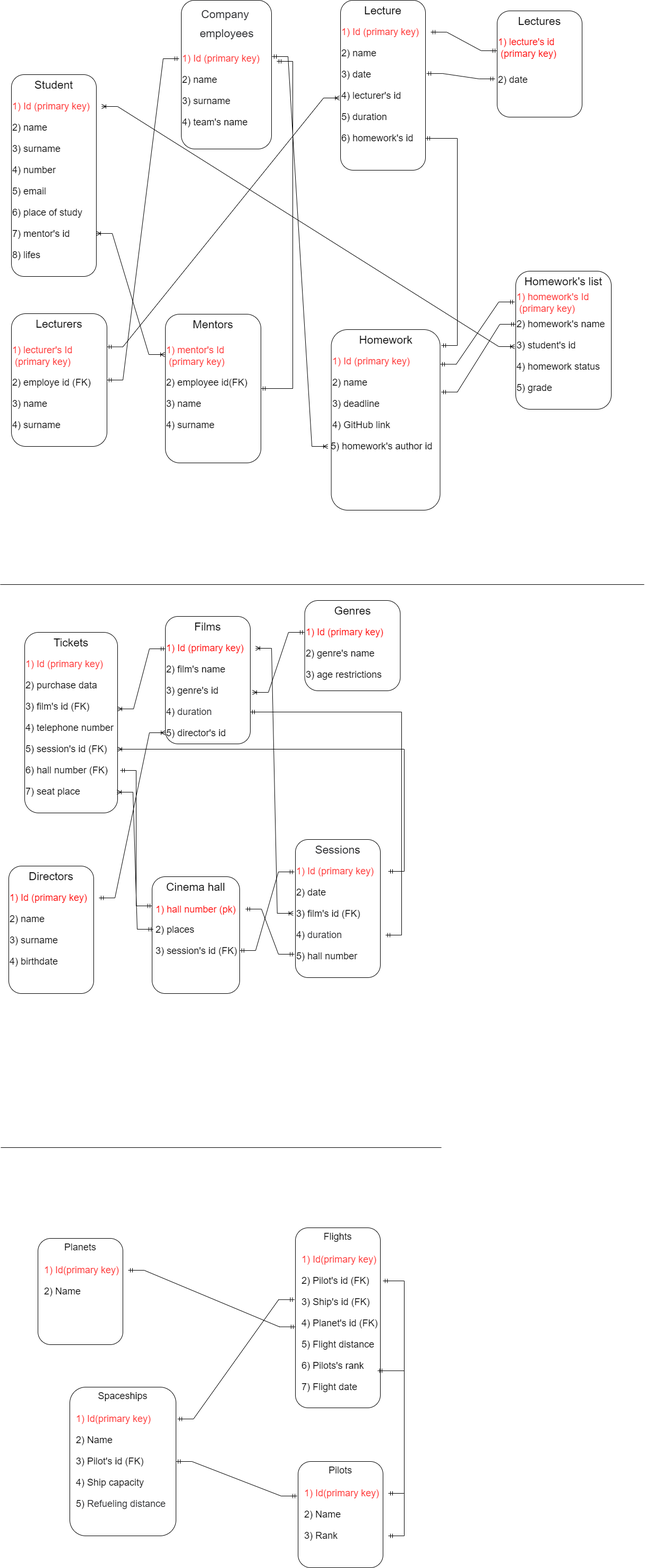
This is part1/andreyev-homework4(part1).png from Kolesa-Education/kolesa-upgrade-homework-4, a draw.io export, as it was before one commit. Source tidied: cells renumbered, new cells last; positions are measured from the earlier drawing's top-left corner, leaving out a move shared by most shapes.
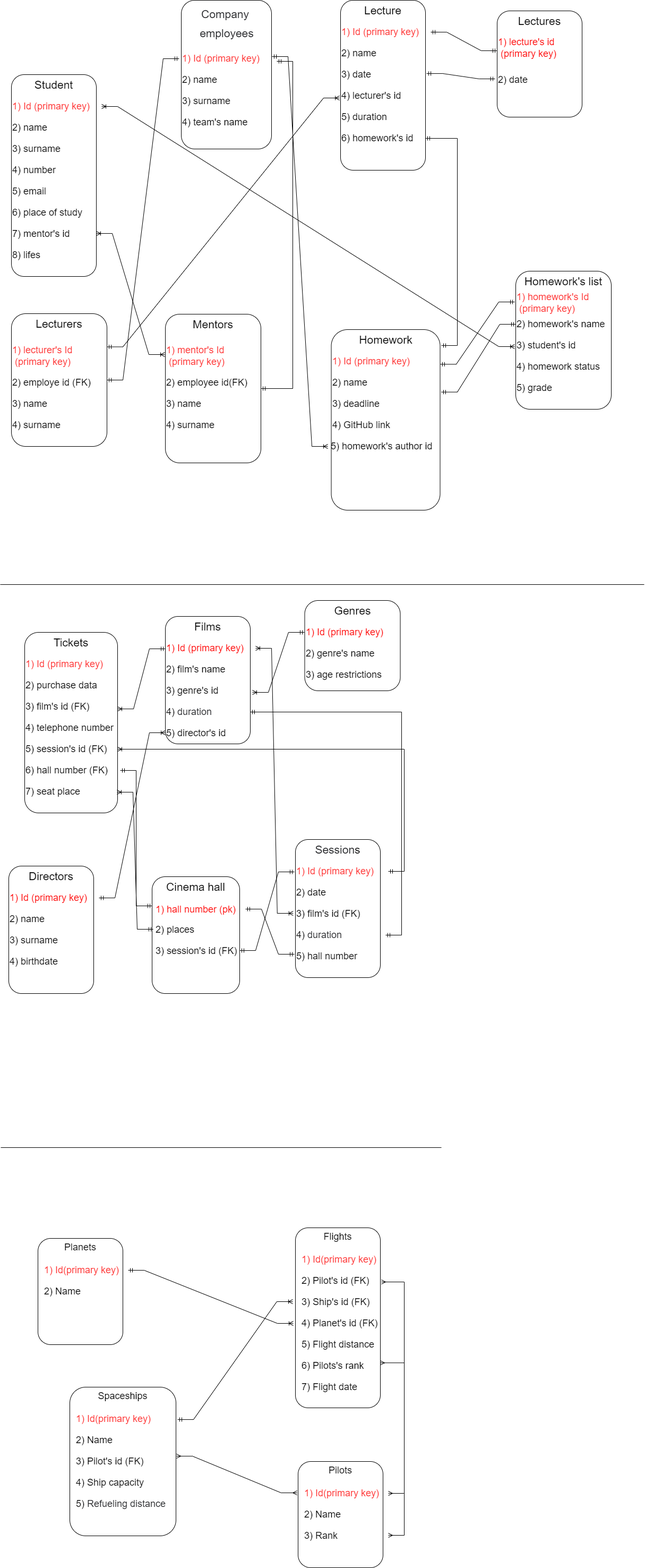
After the commit.

Commit message:
Переделал связи между таблицами

The edit, as a diff of the source:
```diff
@@ -175,28 +175,9 @@
     <mxCell id="58" value="&lt;font color=&quot;#000000&quot;&gt;5) Flight distance&lt;/font&gt;" style="text;html=1;align=left;verticalAlign=middle;fillColor=none;strokeColor=none;rounded=0;fontSize=18;fontColor=#FF0000;" parent="1" vertex="1">
       <mxGeometry x="566" y="2511" width="160" height="40" as="geometry" />
     </mxCell>
-    <mxCell id="59" style="edgeStyle=entityRelationEdgeStyle;fontSize=12;html=1;endArrow=ERmandOne;startArrow=ERmandOne;rounded=0;fontColor=#000000;entryX=-0.001;entryY=0.55;entryDx=0;entryDy=0;entryPerimeter=0;" parent="1" edge="1" source="43" target="42">
-      <mxGeometry relative="1" as="geometry" />
-    </mxCell>
-    <mxCell id="60" style="edgeStyle=entityRelationEdgeStyle;fontSize=12;html=1;endArrow=ERmandOne;startArrow=ERmandOne;rounded=0;fontColor=#000000;entryX=-0.01;entryY=0.399;entryDx=0;entryDy=0;entryPerimeter=0;exitX=1.015;exitY=0.214;exitDx=0;exitDy=0;exitPerimeter=0;" parent="1" edge="1" source="41" target="42">
-      <mxGeometry relative="1" as="geometry" />
-    </mxCell>
-    <mxCell id="61" style="edgeStyle=entityRelationEdgeStyle;fontSize=12;html=1;endArrow=ERmandOne;startArrow=ERmandOne;rounded=0;fontColor=#000000;entryX=1;entryY=0.5;entryDx=0;entryDy=0;exitX=-0.012;exitY=0.325;exitDx=0;exitDy=0;exitPerimeter=0;" parent="1" edge="1" source="48" target="41">
-      <mxGeometry relative="1" as="geometry" />
-    </mxCell>
     <mxCell id="62" value="6) Pilots's rank" style="text;html=1;align=left;verticalAlign=middle;fillColor=none;strokeColor=none;rounded=0;fontSize=18;fontColor=#000000;" parent="1" vertex="1">
       <mxGeometry x="566" y="2551" width="140" height="40" as="geometry" />
     </mxCell>
-    <mxCell id="63" style="edgeStyle=entityRelationEdgeStyle;fontSize=12;html=1;endArrow=ERmandOne;startArrow=ERmandOne;rounded=0;fontColor=#000000;entryX=0.969;entryY=0.794;entryDx=0;entryDy=0;entryPerimeter=0;" parent="1" edge="1" target="42">
-      <mxGeometry relative="1" as="geometry">
-        <mxPoint x="731" y="2891" as="sourcePoint" />
-      </mxGeometry>
-    </mxCell>
-    <mxCell id="64" style="edgeStyle=entityRelationEdgeStyle;fontSize=12;html=1;endArrow=ERmandOne;startArrow=ERmandOne;rounded=0;fontColor=#000000;" parent="1" edge="1" target="49">
-      <mxGeometry relative="1" as="geometry">
-        <mxPoint x="721" y="2411" as="sourcePoint" />
-      </mxGeometry>
-    </mxCell>
     <mxCell id="65" value="Student" style="rounded=1;whiteSpace=wrap;html=1;strokeColor=#000000;fontSize=21;fontColor=#000000;verticalAlign=top;" parent="1" vertex="1">
       <mxGeometry x="21" y="140" width="160" height="380" as="geometry" />
     </mxCell>
@@ -407,5 +388,24 @@
     <mxCell id="130" style="edgeStyle=entityRelationEdgeStyle;fontSize=12;html=1;endArrow=ERoneToMany;startArrow=ERmandOne;rounded=0;exitX=1.006;exitY=0.4;exitDx=0;exitDy=0;exitPerimeter=0;entryX=-0.018;entryY=0.5;entryDx=0;entryDy=0;entryPerimeter=0;" parent="1" edge="1" source="74" target="100">
       <mxGeometry relative="1" as="geometry" />
     </mxCell>
+    <mxCell id="59" style="edgeStyle=entityRelationEdgeStyle;fontSize=12;html=1;endArrow=ERoneToMany;startArrow=ERmandOne;rounded=0;entryX=-0.025;entryY=0.531;entryDx=0;entryDy=0;entryPerimeter=0;" parent="1" edge="1" source="43" target="42">
+      <mxGeometry relative="1" as="geometry" />
+    </mxCell>
+    <mxCell id="131" style="edgeStyle=entityRelationEdgeStyle;fontSize=12;html=1;endArrow=ERoneToMany;startArrow=ERmandOne;rounded=0;exitX=1.015;exitY=0.218;exitDx=0;exitDy=0;exitPerimeter=0;" parent="1" edge="1" source="41">
+      <mxGeometry relative="1" as="geometry">
+        <mxPoint x="551" y="2450" as="targetPoint" />
+      </mxGeometry>
+    </mxCell>
+    <mxCell id="132" style="edgeStyle=entityRelationEdgeStyle;fontSize=12;html=1;endArrow=ERmany;startArrow=ERmany;rounded=0;exitX=1.005;exitY=0.464;exitDx=0;exitDy=0;exitPerimeter=0;entryX=-0.012;entryY=0.295;entryDx=0;entryDy=0;entryPerimeter=0;" parent="1" edge="1" source="41" target="48">
+      <mxGeometry relative="1" as="geometry" />
+    </mxCell>
+    <mxCell id="133" style="edgeStyle=entityRelationEdgeStyle;fontSize=12;html=1;endArrow=ERmany;startArrow=ERmany;rounded=0;entryX=1.013;entryY=0.55;entryDx=0;entryDy=0;entryPerimeter=0;" parent="1" edge="1" source="49" target="56">
+      <mxGeometry relative="1" as="geometry" />
+    </mxCell>
+    <mxCell id="134" style="edgeStyle=entityRelationEdgeStyle;fontSize=12;html=1;endArrow=ERmany;startArrow=ERmany;rounded=0;entryX=1;entryY=0.75;entryDx=0;entryDy=0;" parent="1" edge="1" target="42">
+      <mxGeometry relative="1" as="geometry">
+        <mxPoint x="731" y="2890" as="sourcePoint" />
+      </mxGeometry>
+    </mxCell>
   </root>
 </mxGraphModel>
```
